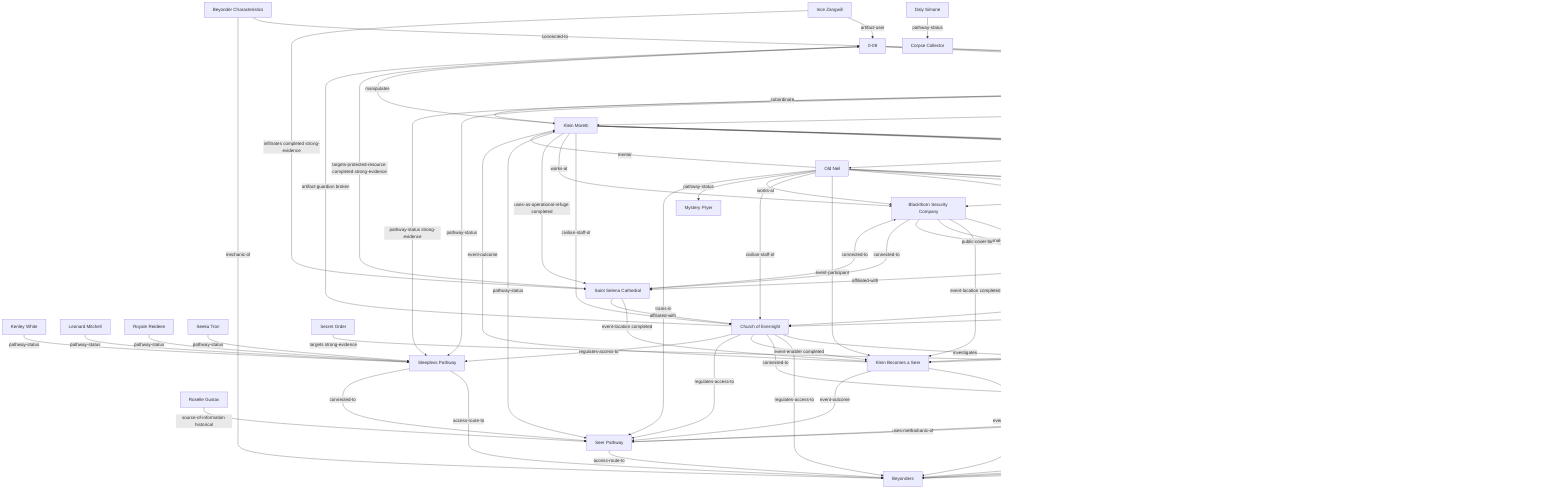
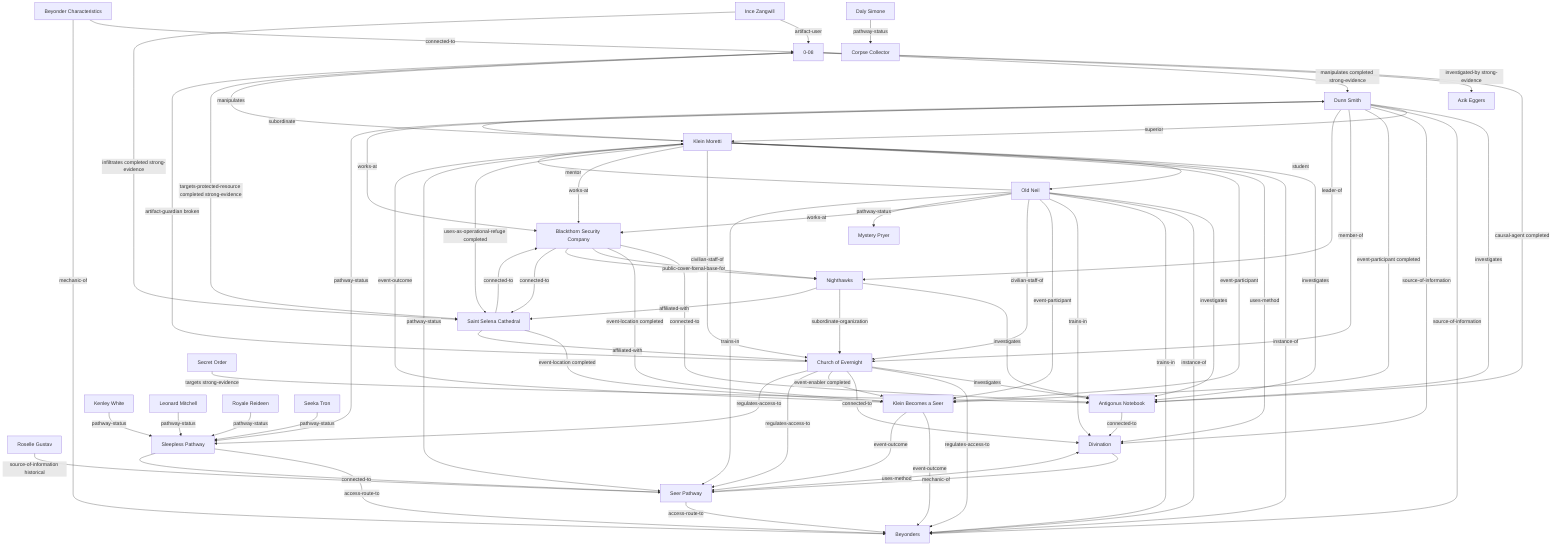
﻿graph TD
  artifact_0_08["0-08"]
  artifact_antigonus_notebook["Antigonus Notebook"]
  character_azik_eggers["Azik Eggers"]
  character_daly_simone["Daly Simone"]
  character_dunn_smith["Dunn Smith"]
  character_ince_zangwill["Ince Zangwill"]
  character_kenley_white["Kenley White"]
  character_klein_moretti["Klein Moretti"]
  character_leonard_mitchell["Leonard Mitchell"]
  character_old_neil["Old Neil"]
  character_roselle_gustav["Roselle Gustav"]
  character_royale_reideen["Royale Reideen"]
  character_seeka_tron["Seeka Tron"]
  concept_beyonder_characteristics["Beyonder Characteristics"]
  concept_beyonders["Beyonders"]
  concept_divination["Divination"]
  event_klein_becomes_a_seer["Klein Becomes a Seer"]
  faction_church_of_evernight["Church of Evernight"]
  faction_nighthawks["Nighthawks"]
  faction_secret_order["Secret Order"]
  location_blackthorn_security_company["Blackthorn Security Company"]
  location_saint_selena_cathedral["Saint Selena Cathedral"]
  pathway_corpse_collector["Corpse Collector"]
  pathway_mystery_pryer["Mystery Pryer"]
  pathway_seer["Seer Pathway"]
  pathway_sleepless["Sleepless Pathway"]

  artifact_0_08 -->|causal-agent completed| artifact_antigonus_notebook
  artifact_0_08 -->|investigated-by strong-evidence| character_azik_eggers
  artifact_0_08 -->|manipulates completed strong-evidence| character_dunn_smith
  artifact_0_08 -->|manipulates| character_klein_moretti
  artifact_0_08 -->|targets-protected-resource completed strong-evidence| location_saint_selena_cathedral
  artifact_antigonus_notebook -->|connected-to| concept_divination
  character_daly_simone -->|pathway-status| pathway_corpse_collector
  character_dunn_smith -->|investigates| artifact_antigonus_notebook
  character_dunn_smith -->|superior| character_klein_moretti
  character_dunn_smith -->|source-of-information| concept_beyonders
  character_dunn_smith -->|source-of-information| concept_divination
  character_dunn_smith -->|event-participant completed| event_klein_becomes_a_seer
  character_dunn_smith -->|member-of| faction_church_of_evernight
  character_dunn_smith -->|leader-of| faction_nighthawks
  character_dunn_smith -->|works-at| location_blackthorn_security_company
  character_dunn_smith -->|pathway-status| pathway_sleepless
-   character_dunn_smith -->|pathway-status strong-evidence| pathway_sleepless
  character_ince_zangwill -->|artifact-user| artifact_0_08
  character_ince_zangwill -->|infiltrates completed strong-evidence| location_saint_selena_cathedral
  character_kenley_white -->|pathway-status| pathway_sleepless
  character_klein_moretti -->|investigates| artifact_antigonus_notebook
  character_klein_moretti -->|subordinate| character_dunn_smith
  character_klein_moretti -->|student| character_old_neil
  character_klein_moretti -->|instance-of| concept_beyonders
  character_klein_moretti -->|uses-method| concept_divination
  character_klein_moretti -->|event-participant| event_klein_becomes_a_seer
  character_klein_moretti -->|civilian-staff-of| faction_church_of_evernight
  character_klein_moretti -->|works-at| location_blackthorn_security_company
  character_klein_moretti -->|uses-as-operational-refuge completed| location_saint_selena_cathedral
  character_klein_moretti -->|pathway-status| pathway_seer
  character_leonard_mitchell -->|pathway-status| pathway_sleepless
  character_old_neil -->|investigates| artifact_antigonus_notebook
  character_old_neil -->|mentor| character_klein_moretti
  character_old_neil -->|instance-of| concept_beyonders
  character_old_neil -->|trains-in| concept_beyonders
  character_old_neil -->|trains-in| concept_divination
  character_old_neil -->|event-participant| event_klein_becomes_a_seer
  character_old_neil -->|civilian-staff-of| faction_church_of_evernight
  character_old_neil -->|works-at| location_blackthorn_security_company
  character_old_neil -->|pathway-status| pathway_mystery_pryer
  character_old_neil -->|trains-in| pathway_seer
  character_roselle_gustav -->|source-of-information historical| pathway_seer
  character_royale_reideen -->|pathway-status| pathway_sleepless
  character_seeka_tron -->|pathway-status| pathway_sleepless
  concept_beyonder_characteristics -->|connected-to| artifact_0_08
  concept_beyonder_characteristics -->|mechanic-of| concept_beyonders
  concept_divination -->|mechanic-of| pathway_seer
  event_klein_becomes_a_seer -->|event-outcome| character_klein_moretti
  event_klein_becomes_a_seer -->|event-outcome| concept_beyonders
  event_klein_becomes_a_seer -->|event-outcome| pathway_seer
  faction_church_of_evernight -->|artifact-guardian broken| artifact_0_08
  faction_church_of_evernight -->|investigates| artifact_antigonus_notebook
  faction_church_of_evernight -->|regulates-access-to| concept_beyonders
  faction_church_of_evernight -->|connected-to| concept_divination
  faction_church_of_evernight -->|event-enabler completed| event_klein_becomes_a_seer
  faction_church_of_evernight -->|regulates-access-to| pathway_seer
  faction_church_of_evernight -->|regulates-access-to| pathway_sleepless
  faction_nighthawks -->|investigates| artifact_antigonus_notebook
  faction_nighthawks -->|subordinate-organization| faction_church_of_evernight
  faction_nighthawks -->|affiliated-with| location_saint_selena_cathedral
  faction_secret_order -->|targets strong-evidence| artifact_antigonus_notebook
  location_blackthorn_security_company -->|connected-to| artifact_antigonus_notebook
  location_blackthorn_security_company -->|event-location completed| event_klein_becomes_a_seer
  location_blackthorn_security_company -->|operational-base-for| faction_nighthawks
  location_blackthorn_security_company -->|public-cover-for| faction_nighthawks
  location_blackthorn_security_company -->|connected-to| location_saint_selena_cathedral
  location_saint_selena_cathedral -->|event-location completed| event_klein_becomes_a_seer
  location_saint_selena_cathedral -->|affiliated-with| faction_church_of_evernight
  location_saint_selena_cathedral -->|connected-to| location_blackthorn_security_company
  pathway_seer -->|access-route-to| concept_beyonders
  pathway_seer -->|uses-method| concept_divination
  pathway_sleepless -->|access-route-to| concept_beyonders
  pathway_sleepless -->|connected-to| pathway_seer
